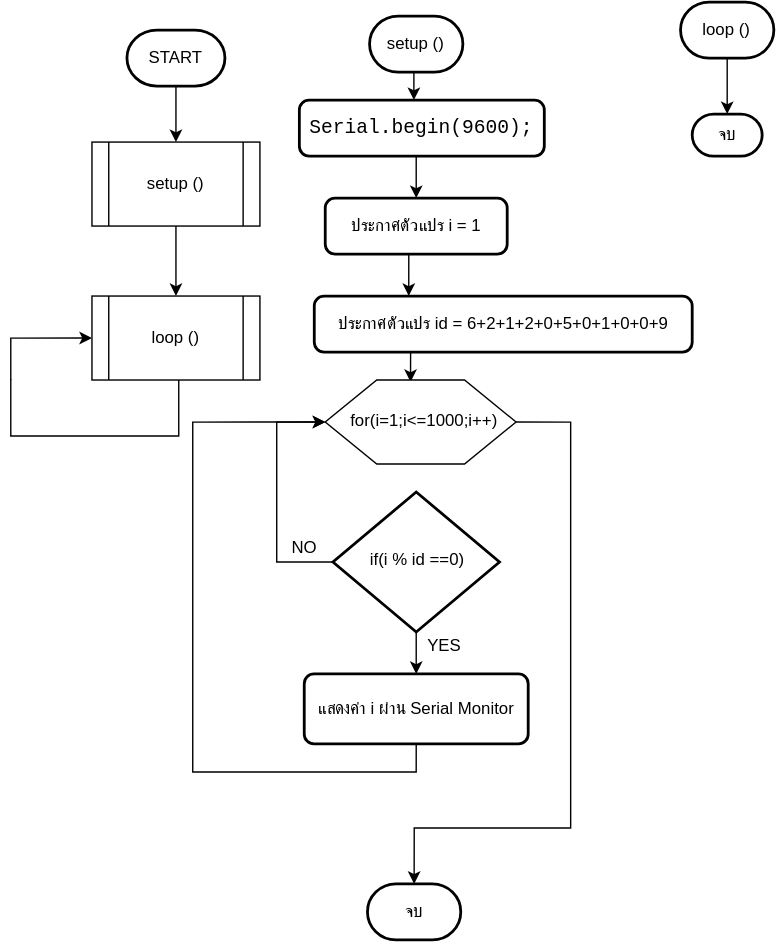
The draw.io diagram Assignment 3/3-8/3-8 flowchart.svg in ruangrith-ri/MDT112-Homework, before a commit. Source tidied: cells renumbered, new cells last; positions are measured from the earlier drawing's top-left corner, leaving out a move shared by most shapes.
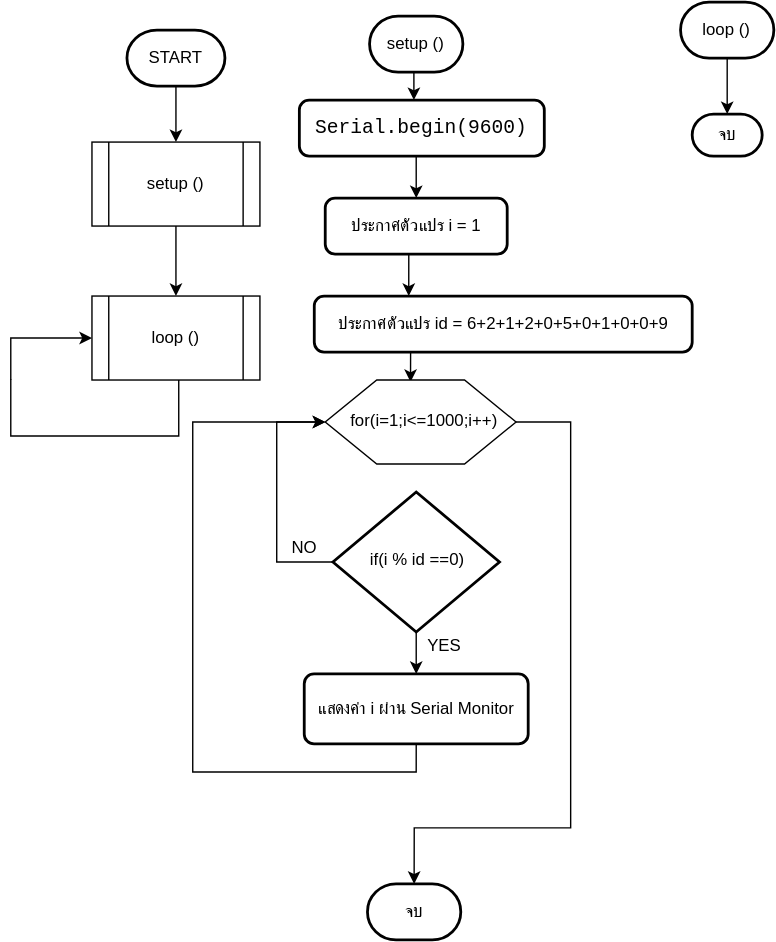
Later version of the same file.

The edit, as a diff of the source:
```diff
@@ -46,7 +46,7 @@
     <mxCell id="15" style="edgeStyle=orthogonalEdgeStyle;rounded=0;jettySize=auto;html=1;exitX=0.5;exitY=1;exitDx=0;exitDy=0;entryX=0.5;entryY=0;entryDx=0;entryDy=0;" parent="1" edge="1" source="16" target="18">
       <mxGeometry relative="1" as="geometry" />
     </mxCell>
-    <mxCell id="16" value="&lt;div style=&quot;font-family: &amp;#34;consolas&amp;#34; , &amp;#34;courier new&amp;#34; , monospace ; font-size: 14px ; line-height: 19px ; white-space: pre&quot;&gt;Serial.begin(9600);&lt;/div&gt;" style="rounded=1;whiteSpace=wrap;html=1;absoluteArcSize=1;arcSize=14;strokeWidth=2;" parent="1" vertex="1">
+    <mxCell id="16" value="&lt;div style=&quot;font-family: &amp;#34;consolas&amp;#34; , &amp;#34;courier new&amp;#34; , monospace ; font-size: 14px ; line-height: 19px ; white-space: pre&quot;&gt;Serial.begin(9600)&lt;/div&gt;" style="rounded=1;whiteSpace=wrap;html=1;absoluteArcSize=1;arcSize=14;strokeWidth=2;" parent="1" vertex="1">
       <mxGeometry x="206.2" y="70" width="175" height="40" as="geometry" />
     </mxCell>
     <mxCell id="17" style="edgeStyle=orthogonalEdgeStyle;rounded=0;jettySize=auto;html=1;exitX=0.5;exitY=1;exitDx=0;exitDy=0;entryX=0.25;entryY=0;entryDx=0;entryDy=0;" parent="1" edge="1" source="18" target="20">
```
